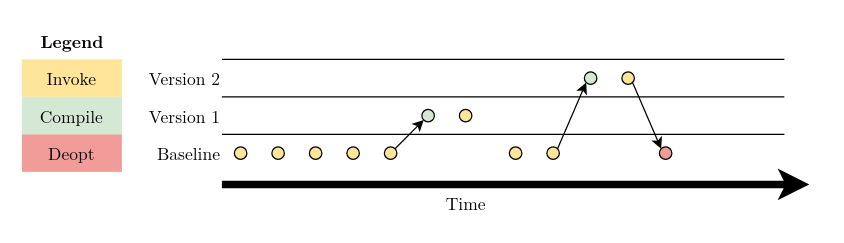
Above: page "Recording Tool Intro" (5 of 8) of diagrams/diagrams.drawio in rihafilip/master-thesis (draw.io), before the change. Source tidied: cells renumbered, new cells numbered last; positions are measured from the earlier drawing's top-left corner, leaving out a move shared by most shapes. Both pictures are drawn from the tidied source at 125%, with x=0, y=0 at pixel (21, 21).
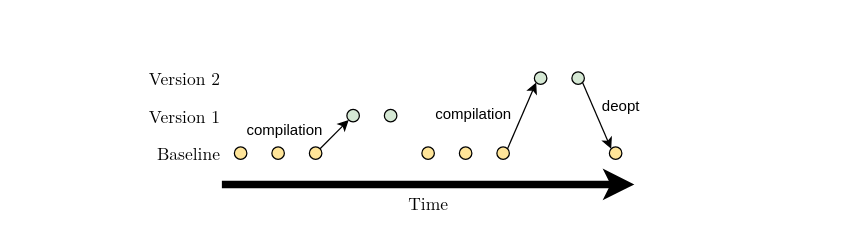
The same page after the edit.

Diff of the diagram source:
```diff
@@
-    <mxCell id="2" style="endArrow=classic;html=1;rounded=0;fontFamily=LM Roman 10;fontSize=14;fontColor=default;strokeWidth=6;" parent="1" edge="1">
-      <mxGeometry relative="1" as="geometry">
-        <mxPoint x="160" y="130" as="sourcePoint" />
-        <mxPoint x="630" y="130" as="targetPoint" />
-      </mxGeometry>
-    </mxCell>
-    <mxCell id="3" style="ellipse;whiteSpace=wrap;html=1;align=center;verticalAlign=middle;fontFamily=LM Roman 10;fontSize=14;fontColor=default;fillColor=#FFE599;gradientColor=none;" parent="1" vertex="1">
-      <mxGeometry x="170" y="100" width="10" height="10" as="geometry" />
-    </mxCell>
+    <mxCell id="29" style="endArrow=classic;html=1;rounded=0;fontFamily=LM Roman 10;fontSize=14;fontColor=default;strokeWidth=6;" parent="1" edge="1">
+      <mxGeometry relative="1" as="geometry">
+        <mxPoint x="160" y="130" as="sourcePoint" />
+        <mxPoint x="490" y="130" as="targetPoint" />
+      </mxGeometry>
+    </mxCell>
+    <mxCell id="30" style="ellipse;whiteSpace=wrap;html=1;align=center;verticalAlign=middle;fontFamily=LM Roman 10;fontSize=14;fontColor=default;fillColor=#FFE599;gradientColor=none;" parent="1" vertex="1">
+      <mxGeometry x="170" y="100" width="10" height="10" as="geometry" />
+    </mxCell>
+    <mxCell id="31" style="ellipse;whiteSpace=wrap;html=1;align=center;verticalAlign=middle;fontFamily=LM Roman 10;fontSize=14;fontColor=default;fillColor=#FFE599;gradientColor=none;" parent="1" vertex="1">
+      <mxGeometry x="200" y="100" width="10" height="10" as="geometry" />
+    </mxCell>
+    <mxCell id="32" style="rounded=0;jettySize=auto;html=1;exitX=1;exitY=0;exitDx=0;exitDy=0;entryX=0;entryY=1;entryDx=0;entryDy=0;" parent="1" edge="1" source="33" target="34">
+      <mxGeometry relative="1" as="geometry" />
+    </mxCell>
+    <mxCell id="33" style="ellipse;whiteSpace=wrap;html=1;align=center;verticalAlign=middle;fontFamily=LM Roman 10;fontSize=14;fontColor=default;fillColor=#FFE599;gradientColor=none;" parent="1" vertex="1">
+      <mxGeometry x="230" y="100" width="10" height="10" as="geometry" />
+    </mxCell>
+    <mxCell id="24" value="Time" style="text;html=1;align=center;verticalAlign=middle;strokeColor=none;fillColor=none;fontSize=14;fontFamily=LM Roman 10;" parent="1" vertex="1">
+      <mxGeometry x="160" y="130" width="330" height="30" as="geometry" />
+    </mxCell>
@@
-    <mxCell id="5" style="ellipse;whiteSpace=wrap;html=1;align=center;verticalAlign=middle;fontFamily=LM Roman 10;fontSize=14;fontColor=default;fillColor=#FFE599;gradientColor=none;" parent="1" vertex="1">
-      <mxGeometry x="200" y="100" width="10" height="10" as="geometry" />
-    </mxCell>
-    <mxCell id="6" style="ellipse;whiteSpace=wrap;html=1;align=center;verticalAlign=middle;fontFamily=LM Roman 10;fontSize=14;fontColor=default;fillColor=#FFE599;gradientColor=none;" parent="1" vertex="1">
-      <mxGeometry x="230" y="100" width="10" height="10" as="geometry" />
-    </mxCell>
-    <mxCell id="7" style="ellipse;whiteSpace=wrap;html=1;align=center;verticalAlign=middle;fontFamily=LM Roman 10;fontSize=14;fontColor=default;fillColor=#FFE599;gradientColor=none;" parent="1" vertex="1">
-      <mxGeometry x="260" y="100" width="10" height="10" as="geometry" />
-    </mxCell>
@@
-    <mxCell id="9" style="ellipse;whiteSpace=wrap;html=1;align=center;verticalAlign=middle;fontFamily=LM Roman 10;fontSize=14;fontColor=default;fillColor=#FFE599;gradientColor=none;" parent="1" vertex="1">
-      <mxGeometry x="350" y="70" width="10" height="10" as="geometry" />
-    </mxCell>
-    <mxCell id="10" style="ellipse;whiteSpace=wrap;html=1;align=center;verticalAlign=middle;fontFamily=LM Roman 10;fontSize=14;fontColor=default;fillColor=#FFE599;gradientColor=none;" parent="1" vertex="1">
-      <mxGeometry x="390" y="100" width="10" height="10" as="geometry" />
-    </mxCell>
-    <mxCell id="11" style="ellipse;whiteSpace=wrap;html=1;align=center;verticalAlign=middle;fontFamily=LM Roman 10;fontSize=14;fontColor=default;fillColor=#FFE599;gradientColor=none;" parent="1" vertex="1">
-      <mxGeometry x="420" y="100" width="10" height="10" as="geometry" />
-    </mxCell>
-    <mxCell id="12" style="ellipse;whiteSpace=wrap;html=1;align=center;verticalAlign=middle;fontFamily=LM Roman 10;fontSize=14;fontColor=default;fillColor=#D5E8D4;gradientColor=none;" parent="1" vertex="1">
-      <mxGeometry x="450" y="40" width="10" height="10" as="geometry" />
-    </mxCell>
-    <mxCell id="13" style="endArrow=classic;html=1;rounded=0;fontFamily=LM Roman 10;fontSize=14;fontColor=default;entryX=0;entryY=1;entryDx=0;entryDy=0;exitX=1;exitY=0;exitDx=0;exitDy=0;" parent="1" edge="1" source="11" target="12">
-      <mxGeometry relative="1" as="geometry" />
-    </mxCell>
@@
-    <mxCell id="15" style="ellipse;whiteSpace=wrap;html=1;align=center;verticalAlign=middle;fontFamily=LM Roman 10;fontSize=14;fontColor=default;fillColor=#FFE599;gradientColor=none;" parent="1" vertex="1">
-      <mxGeometry x="480" y="40" width="10" height="10" as="geometry" />
-    </mxCell>
-    <mxCell id="16" style="ellipse;whiteSpace=wrap;html=1;align=center;verticalAlign=middle;fontFamily=LM Roman 10;fontSize=14;fontColor=default;fillColor=#F19C99;gradientColor=none;" parent="1" vertex="1">
-      <mxGeometry x="510" y="100" width="10" height="10" as="geometry" />
-    </mxCell>
-    <mxCell id="17" style="endArrow=classic;html=1;rounded=0;fontFamily=LM Roman 10;fontSize=14;fontColor=default;entryX=0;entryY=0;entryDx=0;entryDy=0;exitX=1;exitY=1;exitDx=0;exitDy=0;" parent="1" edge="1" source="15" target="16">
-      <mxGeometry relative="1" as="geometry" />
-    </mxCell>
-    <mxCell id="18" style="ellipse;whiteSpace=wrap;html=1;align=center;verticalAlign=middle;fontFamily=LM Roman 10;fontSize=14;fontColor=default;fillColor=#FFE599;gradientColor=none;" parent="1" vertex="1">
-      <mxGeometry x="290" y="100" width="10" height="10" as="geometry" />
-    </mxCell>
-    <mxCell id="19" style="ellipse;whiteSpace=wrap;html=1;align=center;verticalAlign=middle;fontFamily=LM Roman 10;fontSize=14;fontColor=default;fillColor=#D5E8D4;gradientColor=none;" parent="1" vertex="1">
-      <mxGeometry x="320" y="70" width="10" height="10" as="geometry" />
-    </mxCell>
-    <mxCell id="20" style="endArrow=classic;html=1;rounded=0;fontFamily=LM Roman 10;fontSize=14;fontColor=default;entryX=0;entryY=1;entryDx=0;entryDy=0;exitX=1;exitY=0;exitDx=0;exitDy=0;" parent="1" edge="1" source="18" target="19">
-      <mxGeometry relative="1" as="geometry" />
-    </mxCell>
-    <mxCell id="21" style="endArrow=none;html=1;rounded=0;" parent="1" edge="1">
-      <mxGeometry relative="1" as="geometry">
-        <mxPoint x="160" y="90" as="sourcePoint" />
-        <mxPoint x="610" y="90" as="targetPoint" />
-      </mxGeometry>
-    </mxCell>
-    <mxCell id="22" style="endArrow=none;html=1;rounded=0;" parent="1" edge="1">
-      <mxGeometry relative="1" as="geometry">
-        <mxPoint x="160" y="60" as="sourcePoint" />
-        <mxPoint x="610" y="60" as="targetPoint" />
-      </mxGeometry>
-    </mxCell>
-    <mxCell id="23" style="endArrow=none;html=1;rounded=0;" parent="1" edge="1">
-      <mxGeometry relative="1" as="geometry">
-        <mxPoint x="160" y="30" as="sourcePoint" />
-        <mxPoint x="610" y="30" as="targetPoint" />
-      </mxGeometry>
-    </mxCell>
-    <mxCell id="24" value="Time" style="text;html=1;align=center;verticalAlign=middle;strokeColor=none;fillColor=none;fontSize=14;fontFamily=LM Roman 10;" parent="1" vertex="1">
-      <mxGeometry x="330" y="130" width="50" height="30" as="geometry" />
-    </mxCell>
-    <mxCell id="25" value="Invoke" style="rounded=0;whiteSpace=wrap;html=1;align=center;verticalAlign=middle;fontFamily=LM Roman 10;fontSize=14;fontColor=default;fillColor=#FFE599;gradientColor=none;strokeColor=none;" parent="1" vertex="1">
-      <mxGeometry y="30" width="80" height="30" as="geometry" />
-    </mxCell>
-    <mxCell id="26" value="Compile" style="rounded=0;whiteSpace=wrap;html=1;align=center;verticalAlign=middle;fontFamily=LM Roman 10;fontSize=14;fontColor=default;fillColor=#D5E8D4;gradientColor=none;strokeColor=none;" parent="1" vertex="1">
-      <mxGeometry y="60" width="80" height="30" as="geometry" />
-    </mxCell>
-    <mxCell id="27" value="Deopt" style="rounded=0;whiteSpace=wrap;html=1;align=center;verticalAlign=middle;fontFamily=LM Roman 10;fontSize=14;fontColor=default;fillColor=#F19C99;gradientColor=none;strokeColor=none;" parent="1" vertex="1">
-      <mxGeometry y="90" width="80" height="30" as="geometry" />
-    </mxCell>
-    <mxCell id="28" value="Legend" style="text;html=1;align=center;verticalAlign=middle;strokeColor=none;fillColor=none;fontFamily=LM Roman 10;fontSize=14;fontStyle=1;" parent="1" vertex="1">
-      <mxGeometry x="5" width="70" height="30" as="geometry" />
-    </mxCell>
+    <mxCell id="34" style="ellipse;whiteSpace=wrap;html=1;align=center;verticalAlign=middle;fontFamily=LM Roman 10;fontSize=14;fontColor=default;fillColor=#D5E8D4;gradientColor=none;" parent="1" vertex="1">
+      <mxGeometry x="260" y="70" width="10" height="10" as="geometry" />
+    </mxCell>
+    <mxCell id="35" style="rounded=0;jettySize=auto;html=1;exitX=1;exitY=1;exitDx=0;exitDy=0;entryX=0;entryY=0;entryDx=0;entryDy=0;" parent="1" edge="1" source="36" target="37">
+      <mxGeometry relative="1" as="geometry" />
+    </mxCell>
+    <mxCell id="36" style="ellipse;whiteSpace=wrap;html=1;align=center;verticalAlign=middle;fontFamily=LM Roman 10;fontSize=14;fontColor=default;fillColor=#D5E8D4;gradientColor=none;" parent="1" vertex="1">
+      <mxGeometry x="440" y="40" width="10" height="10" as="geometry" />
+    </mxCell>
+    <mxCell id="37" style="ellipse;whiteSpace=wrap;html=1;align=center;verticalAlign=middle;fontFamily=LM Roman 10;fontSize=14;fontColor=default;fillColor=#FFE599;gradientColor=none;" parent="1" vertex="1">
+      <mxGeometry x="470" y="100" width="10" height="10" as="geometry" />
+    </mxCell>
+    <mxCell id="38" value="deopt" style="text;html=1;align=center;verticalAlign=middle;strokeColor=none;fillColor=none;" parent="1" vertex="1">
+      <mxGeometry x="454" y="53" width="50" height="30" as="geometry" />
+    </mxCell>
+    <mxCell id="39" value="compilation" style="text;html=1;align=center;verticalAlign=bottom;strokeColor=none;fillColor=none;" parent="1" vertex="1">
+      <mxGeometry x="170" y="66" width="80" height="30" as="geometry" />
+    </mxCell>
+    <mxCell id="40" style="ellipse;whiteSpace=wrap;html=1;align=center;verticalAlign=middle;fontFamily=LM Roman 10;fontSize=14;fontColor=default;fillColor=#D5E8D4;gradientColor=none;" parent="1" vertex="1">
+      <mxGeometry x="410" y="40" width="10" height="10" as="geometry" />
+    </mxCell>
+    <mxCell id="41" style="ellipse;whiteSpace=wrap;html=1;align=center;verticalAlign=middle;fontFamily=LM Roman 10;fontSize=14;fontColor=default;fillColor=#D5E8D4;gradientColor=none;" parent="1" vertex="1">
+      <mxGeometry x="290" y="70" width="10" height="10" as="geometry" />
+    </mxCell>
+    <mxCell id="42" style="ellipse;whiteSpace=wrap;html=1;align=center;verticalAlign=middle;fontFamily=LM Roman 10;fontSize=14;fontColor=default;fillColor=#FFE599;gradientColor=none;" parent="1" vertex="1">
+      <mxGeometry x="320" y="100" width="10" height="10" as="geometry" />
+    </mxCell>
+    <mxCell id="43" style="ellipse;whiteSpace=wrap;html=1;align=center;verticalAlign=middle;fontFamily=LM Roman 10;fontSize=14;fontColor=default;fillColor=#FFE599;gradientColor=none;" parent="1" vertex="1">
+      <mxGeometry x="350" y="100" width="10" height="10" as="geometry" />
+    </mxCell>
+    <mxCell id="44" style="rounded=0;jettySize=auto;html=1;exitX=1;exitY=0;exitDx=0;exitDy=0;entryX=0;entryY=1;entryDx=0;entryDy=0;" parent="1" edge="1" source="45" target="40">
+      <mxGeometry relative="1" as="geometry" />
+    </mxCell>
+    <mxCell id="45" style="ellipse;whiteSpace=wrap;html=1;align=center;verticalAlign=middle;fontFamily=LM Roman 10;fontSize=14;fontColor=default;fillColor=#FFE599;gradientColor=none;" parent="1" vertex="1">
+      <mxGeometry x="380" y="100" width="10" height="10" as="geometry" />
+    </mxCell>
+    <mxCell id="46" value="compilation" style="text;html=1;align=center;verticalAlign=bottom;strokeColor=none;fillColor=none;" parent="1" vertex="1">
+      <mxGeometry x="321" y="53" width="80" height="30" as="geometry" />
+    </mxCell>
```
